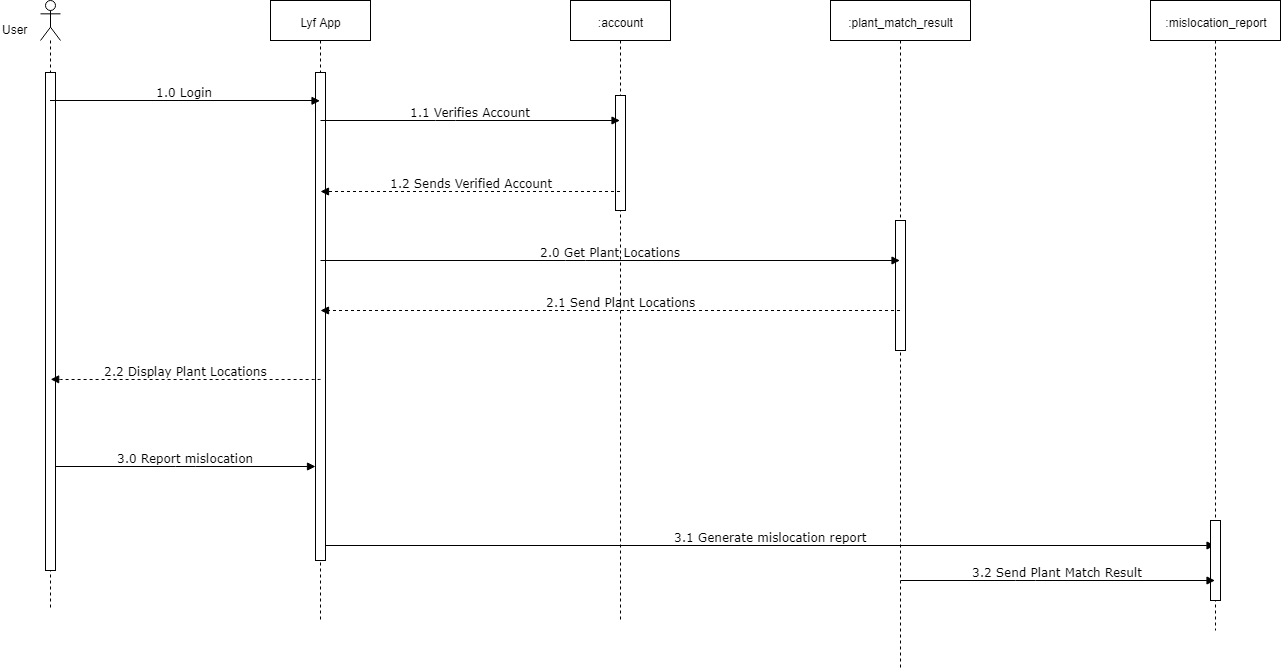
seans888/project--lyf keeps this draw.io diagram as Documentations/Diagrams (Midterms)/7-Sequence Diagram/Report_Mislocation/Sequence Diagram - Report Mislocation.png. Above is the earlier version. Source tidied: cells renumbered, new cells last; positions are measured from the earlier drawing's top-left corner, leaving out a move shared by most shapes. Its diagram source:
```xml
<mxGraphModel>
  <root>
    <mxCell id="0" />
    <mxCell id="1" parent="0" />
    <mxCell id="2" value="Lyf App" style="shape=umlLifeline;perimeter=lifelinePerimeter;whiteSpace=wrap;html=1;" parent="1" vertex="1">
      <mxGeometry x="270" width="100" height="620" as="geometry" />
    </mxCell>
    <mxCell id="3" style="html=1;points=[];perimeter=orthogonalPerimeter;" parent="2" vertex="1">
      <mxGeometry x="45" y="72" width="10" height="488" as="geometry" />
    </mxCell>
    <mxCell id="4" style="shape=umlLifeline;participant=umlActor;perimeter=lifelinePerimeter;whiteSpace=wrap;html=1;verticalAlign=top;spacingTop=36;labelBackgroundColor=#ffffff;outlineConnect=0;" parent="1" vertex="1">
      <mxGeometry x="40" width="20" height="610" as="geometry" />
    </mxCell>
    <mxCell id="5" style="html=1;perimeter=orthogonalPerimeter;" parent="4" vertex="1">
      <mxGeometry x="5" y="72" width="10" height="498" as="geometry" />
    </mxCell>
    <mxCell id="6" value="User" style="text;html=1;align=left;verticalAlign=top;spacingTop=-4;" parent="1" vertex="1">
      <mxGeometry y="20" width="40" height="10" as="geometry" />
    </mxCell>
    <mxCell id="7" value=":plant_match_result" style="shape=umlLifeline;perimeter=lifelinePerimeter;whiteSpace=wrap;html=1;outlineConnect=0;" parent="1" vertex="1">
      <mxGeometry x="830" width="140" height="670" as="geometry" />
    </mxCell>
    <mxCell id="8" style="html=1;perimeter=orthogonalPerimeter;" parent="7" vertex="1">
      <mxGeometry x="65" y="220" width="10" height="130" as="geometry" />
    </mxCell>
    <mxCell id="9" value=":account" style="shape=umlLifeline;perimeter=lifelinePerimeter;whiteSpace=wrap;html=1;outlineConnect=0;" parent="1" vertex="1">
      <mxGeometry x="570" width="100" height="620" as="geometry" />
    </mxCell>
    <mxCell id="10" style="html=1;perimeter=orthogonalPerimeter;" parent="9" vertex="1">
      <mxGeometry x="45" y="95" width="10" height="115" as="geometry" />
    </mxCell>
    <mxCell id="11" value="1.0 Login" style="html=1;verticalAlign=bottom;endArrow=block;labelBackgroundColor=none;fontFamily=Verdana;fontSize=12;edgeStyle=elbowEdgeStyle;elbow=vertical;" parent="1" edge="1" source="4">
      <mxGeometry relative="1" as="geometry">
        <mxPoint x="319.5" y="100.3" as="targetPoint" />
      </mxGeometry>
    </mxCell>
    <mxCell id="12" value="1.1 Verifies Account" style="html=1;verticalAlign=bottom;endArrow=block;labelBackgroundColor=none;fontFamily=Verdana;fontSize=12;edgeStyle=elbowEdgeStyle;elbow=vertical;" parent="1" edge="1" target="9">
      <mxGeometry relative="1" as="geometry">
        <mxPoint x="320" y="120" as="sourcePoint" />
      </mxGeometry>
    </mxCell>
    <mxCell id="13" value="1.2 Sends Verified Account&lt;br&gt;" style="html=1;verticalAlign=bottom;endArrow=block;labelBackgroundColor=none;fontFamily=Verdana;fontSize=12;edgeStyle=elbowEdgeStyle;elbow=vertical;dashed=1;" parent="1" edge="1" source="9">
      <mxGeometry x="0.17" y="-25" relative="1" as="geometry">
        <mxPoint x="320" y="191" as="targetPoint" />
        <mxPoint x="26" y="25" as="offset" />
      </mxGeometry>
    </mxCell>
    <mxCell id="14" value="2.0 Get Plant Locations" style="html=1;verticalAlign=bottom;endArrow=block;labelBackgroundColor=none;fontFamily=Verdana;fontSize=12;edgeStyle=elbowEdgeStyle;elbow=vertical;" parent="1" edge="1" target="7">
      <mxGeometry relative="1" as="geometry">
        <mxPoint x="320" y="260" as="sourcePoint" />
      </mxGeometry>
    </mxCell>
    <mxCell id="15" value="2.1 Send Plant Locations&lt;br&gt;" style="html=1;verticalAlign=bottom;endArrow=block;labelBackgroundColor=none;fontFamily=Verdana;fontSize=12;edgeStyle=elbowEdgeStyle;elbow=vertical;dashed=1;" parent="1" edge="1" source="7">
      <mxGeometry x="0.12" y="-45" relative="1" as="geometry">
        <mxPoint x="320" y="310" as="targetPoint" />
        <mxPoint x="45" y="45" as="offset" />
      </mxGeometry>
    </mxCell>
    <mxCell id="16" value="2.2 Display Plant Locations" style="html=1;verticalAlign=bottom;endArrow=block;labelBackgroundColor=none;fontFamily=Verdana;fontSize=12;edgeStyle=elbowEdgeStyle;elbow=vertical;dashed=1;" parent="1" edge="1">
      <mxGeometry relative="1" as="geometry">
        <mxPoint x="320" y="378.8" as="sourcePoint" />
        <mxPoint x="50.2" y="378.8" as="targetPoint" />
      </mxGeometry>
    </mxCell>
    <mxCell id="17" value="3.0 Report mislocation" style="html=1;verticalAlign=bottom;endArrow=block;labelBackgroundColor=none;fontFamily=Verdana;fontSize=12;edgeStyle=elbowEdgeStyle;elbow=vertical;" parent="1" edge="1" target="3">
      <mxGeometry relative="1" as="geometry">
        <mxPoint x="55" y="466" as="sourcePoint" />
      </mxGeometry>
    </mxCell>
    <mxCell id="18" value="3.1 Generate mislocation report" style="html=1;verticalAlign=bottom;endArrow=block;labelBackgroundColor=none;fontFamily=Verdana;fontSize=12;edgeStyle=elbowEdgeStyle;elbow=vertical;" parent="1" edge="1" target="19">
      <mxGeometry relative="1" as="geometry">
        <mxPoint x="325" y="545" as="sourcePoint" />
      </mxGeometry>
    </mxCell>
    <mxCell id="19" value=":mislocation_report" style="shape=umlLifeline;perimeter=lifelinePerimeter;whiteSpace=wrap;html=1;outlineConnect=0;" parent="1" vertex="1">
      <mxGeometry x="1150" width="130" height="630" as="geometry" />
    </mxCell>
    <mxCell id="20" style="html=1;points=[];perimeter=orthogonalPerimeter;" parent="19" vertex="1">
      <mxGeometry x="60" y="520" width="10" height="80" as="geometry" />
    </mxCell>
    <mxCell id="21" value="3.2 Send Plant Match Result" style="html=1;verticalAlign=bottom;endArrow=block;labelBackgroundColor=none;fontFamily=Verdana;fontSize=12;edgeStyle=elbowEdgeStyle;elbow=vertical;" parent="1" edge="1" target="19">
      <mxGeometry relative="1" as="geometry">
        <mxPoint x="900" y="580" as="sourcePoint" />
      </mxGeometry>
    </mxCell>
  </root>
</mxGraphModel>
```
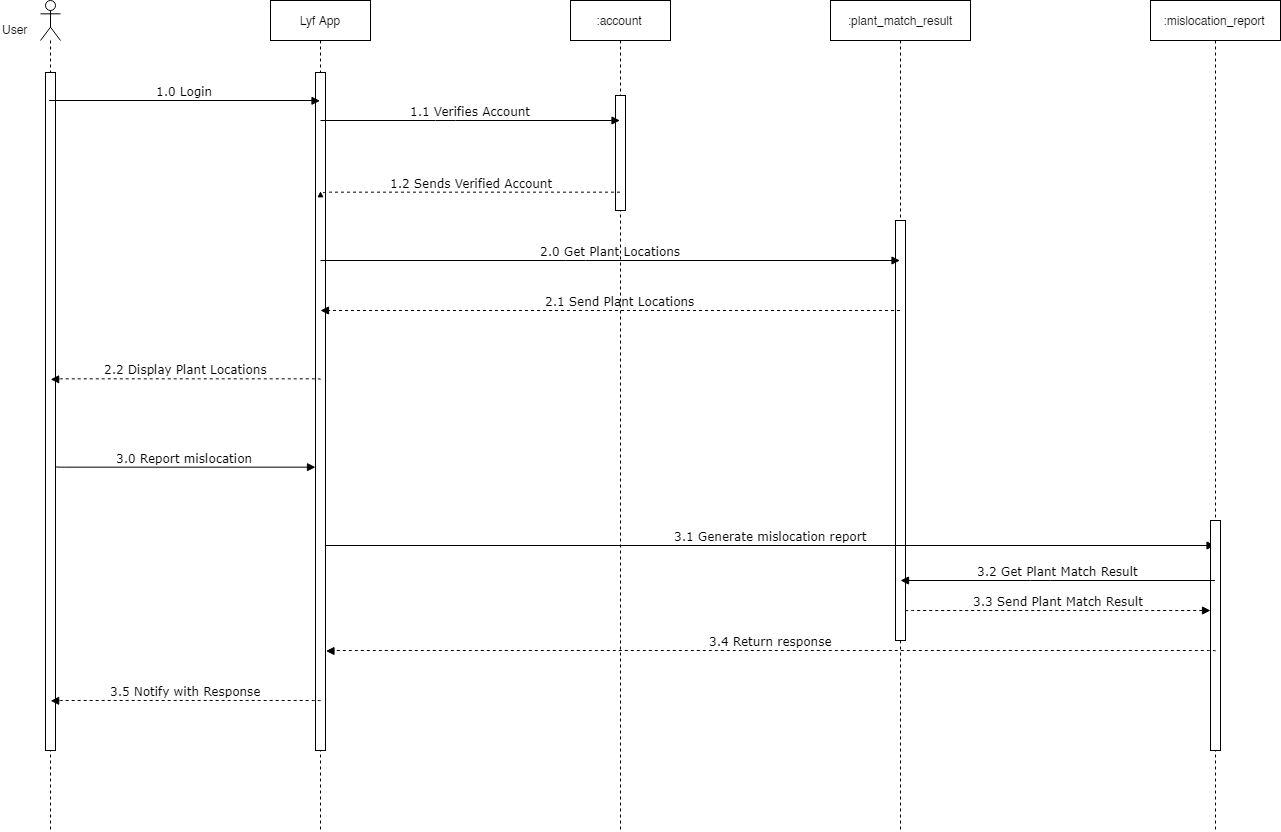
The same diagram one commit later.

The edit, as a diff of the source:
```diff
@@ -3,28 +3,28 @@
     <mxCell id="0" />
     <mxCell id="1" parent="0" />
     <mxCell id="2" value="Lyf App" style="shape=umlLifeline;perimeter=lifelinePerimeter;whiteSpace=wrap;html=1;" parent="1" vertex="1">
-      <mxGeometry x="270" width="100" height="620" as="geometry" />
+      <mxGeometry x="270" width="100" height="830" as="geometry" />
     </mxCell>
     <mxCell id="3" style="html=1;points=[];perimeter=orthogonalPerimeter;" parent="2" vertex="1">
-      <mxGeometry x="45" y="72" width="10" height="488" as="geometry" />
+      <mxGeometry x="45" y="72" width="10" height="678" as="geometry" />
     </mxCell>
     <mxCell id="4" style="shape=umlLifeline;participant=umlActor;perimeter=lifelinePerimeter;whiteSpace=wrap;html=1;verticalAlign=top;spacingTop=36;labelBackgroundColor=#ffffff;outlineConnect=0;" parent="1" vertex="1">
-      <mxGeometry x="40" width="20" height="610" as="geometry" />
+      <mxGeometry x="40" width="20" height="830" as="geometry" />
     </mxCell>
     <mxCell id="5" style="html=1;perimeter=orthogonalPerimeter;" parent="4" vertex="1">
-      <mxGeometry x="5" y="72" width="10" height="498" as="geometry" />
+      <mxGeometry x="5" y="72" width="10" height="678" as="geometry" />
     </mxCell>
     <mxCell id="6" value="User" style="text;html=1;align=left;verticalAlign=top;spacingTop=-4;" parent="1" vertex="1">
       <mxGeometry y="20" width="40" height="10" as="geometry" />
     </mxCell>
     <mxCell id="7" value=":plant_match_result" style="shape=umlLifeline;perimeter=lifelinePerimeter;whiteSpace=wrap;html=1;outlineConnect=0;" parent="1" vertex="1">
-      <mxGeometry x="830" width="140" height="670" as="geometry" />
+      <mxGeometry x="830" width="140" height="830" as="geometry" />
     </mxCell>
     <mxCell id="8" style="html=1;perimeter=orthogonalPerimeter;" parent="7" vertex="1">
-      <mxGeometry x="65" y="220" width="10" height="130" as="geometry" />
+      <mxGeometry x="65" y="220" width="10" height="420" as="geometry" />
     </mxCell>
     <mxCell id="9" value=":account" style="shape=umlLifeline;perimeter=lifelinePerimeter;whiteSpace=wrap;html=1;outlineConnect=0;" parent="1" vertex="1">
-      <mxGeometry x="570" width="100" height="620" as="geometry" />
+      <mxGeometry x="570" width="100" height="830" as="geometry" />
     </mxCell>
     <mxCell id="10" style="html=1;perimeter=orthogonalPerimeter;" parent="9" vertex="1">
       <mxGeometry x="45" y="95" width="10" height="115" as="geometry" />
@@ -73,15 +73,35 @@
       </mxGeometry>
     </mxCell>
     <mxCell id="19" value=":mislocation_report" style="shape=umlLifeline;perimeter=lifelinePerimeter;whiteSpace=wrap;html=1;outlineConnect=0;" parent="1" vertex="1">
-      <mxGeometry x="1150" width="130" height="630" as="geometry" />
+      <mxGeometry x="1150" width="130" height="830" as="geometry" />
     </mxCell>
     <mxCell id="20" style="html=1;points=[];perimeter=orthogonalPerimeter;" parent="19" vertex="1">
-      <mxGeometry x="60" y="520" width="10" height="80" as="geometry" />
+      <mxGeometry x="60" y="520" width="10" height="230" as="geometry" />
     </mxCell>
-    <mxCell id="21" value="3.2 Send Plant Match Result" style="html=1;verticalAlign=bottom;endArrow=block;labelBackgroundColor=none;fontFamily=Verdana;fontSize=12;edgeStyle=elbowEdgeStyle;elbow=vertical;" parent="1" edge="1" target="19">
+    <mxCell id="21" value="3.2 Get Plant Match Result" style="html=1;verticalAlign=bottom;endArrow=block;labelBackgroundColor=none;fontFamily=Verdana;fontSize=12;edgeStyle=elbowEdgeStyle;elbow=vertical;" parent="1" edge="1" source="19">
       <mxGeometry relative="1" as="geometry">
-        <mxPoint x="900" y="580" as="sourcePoint" />
+        <mxPoint x="900" y="580" as="targetPoint" />
+        <Array as="points">
+          <mxPoint x="1040" y="580" />
+        </Array>
       </mxGeometry>
     </mxCell>
+    <mxCell id="22" value="3.3 Send Plant Match Result" style="html=1;verticalAlign=bottom;endArrow=block;labelBackgroundColor=none;fontFamily=Verdana;fontSize=12;edgeStyle=elbowEdgeStyle;elbow=vertical;dashed=1;" parent="1" edge="1" target="20">
+      <mxGeometry relative="1" as="geometry">
+        <mxPoint x="905" y="610.5" as="sourcePoint" />
+      </mxGeometry>
+    </mxCell>
+    <mxCell id="23" value="3.4 Return response" style="html=1;verticalAlign=bottom;endArrow=block;labelBackgroundColor=none;fontFamily=Verdana;fontSize=12;edgeStyle=elbowEdgeStyle;elbow=vertical;dashed=1;" parent="1" edge="1">
+      <mxGeometry relative="1" as="geometry">
+        <mxPoint x="1215" y="650.6" as="sourcePoint" />
+        <mxPoint x="325.5" y="650.5" as="targetPoint" />
+      </mxGeometry>
+    </mxCell>
+    <mxCell id="24" value="3.5 Notify with Response" style="html=1;verticalAlign=bottom;endArrow=block;labelBackgroundColor=none;fontFamily=Verdana;fontSize=12;edgeStyle=elbowEdgeStyle;elbow=vertical;dashed=1;" parent="1" edge="1">
+      <mxGeometry relative="1" as="geometry">
+        <mxPoint x="320" y="700.3" as="sourcePoint" />
+        <mxPoint x="50.2" y="700.3" as="targetPoint" />
+      </mxGeometry>
+    </mxCell>
   </root>
 </mxGraphModel>
```
